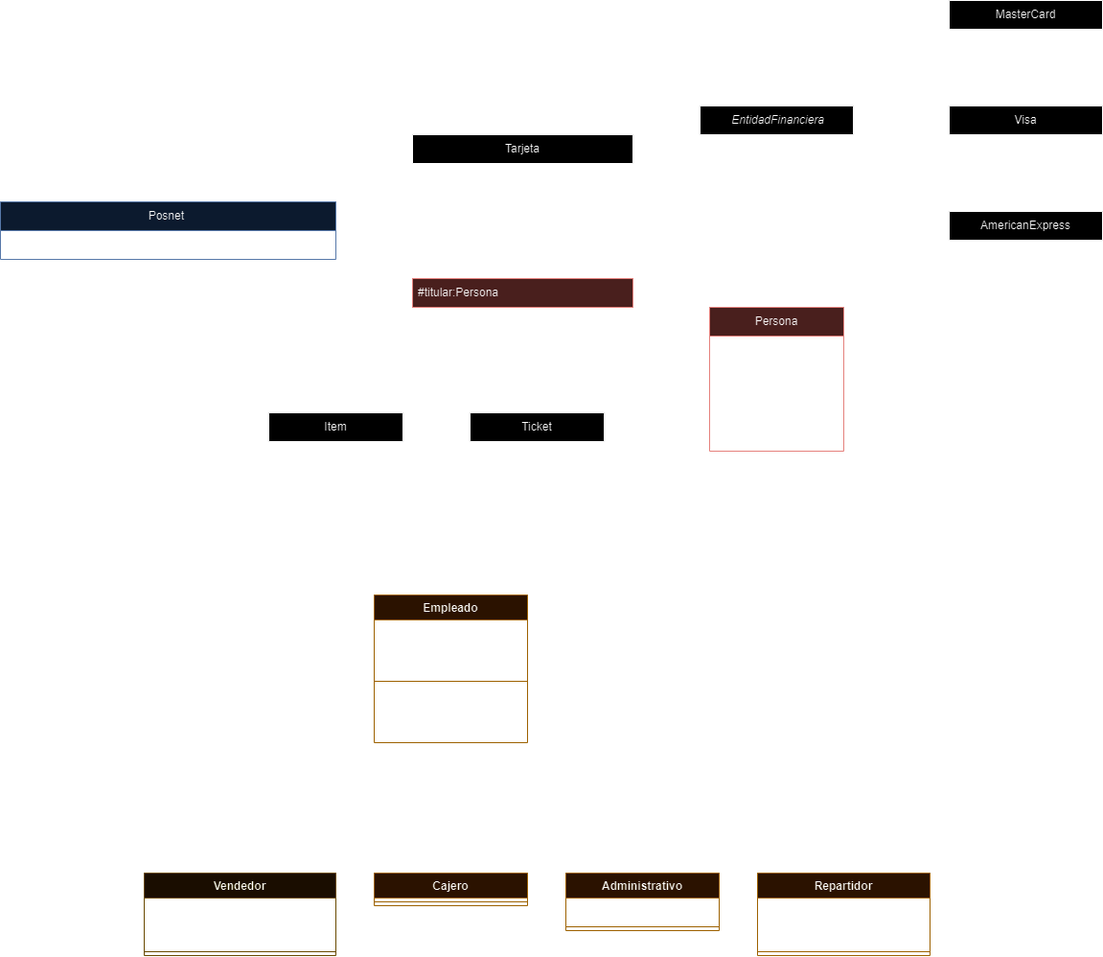
Before: ej8y9.png, a diagram exported from draw.io (santozzi/tp2prograIII). Source tidied: cells renumbered, new cells last; positions are measured from the earlier drawing's top-left corner, leaving out a move shared by most shapes.
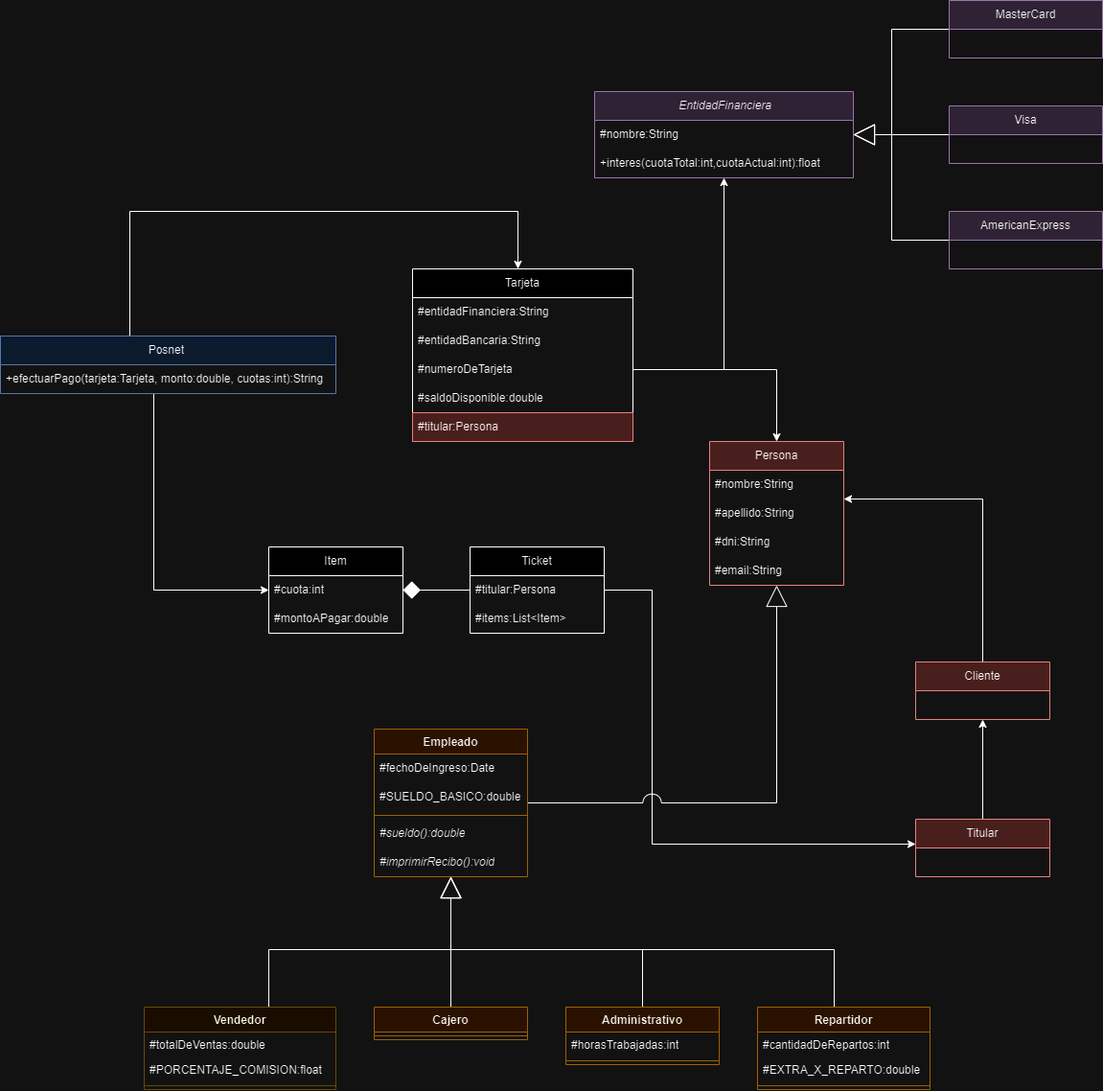
Later version of the same file.

Commit message:
modifico titular y deagrama de clases

Change to the diagram source:
```diff
@@ -12,3 +12,3 @@
     </mxCell>
-    <mxCell id="3" style="edgeStyle=orthogonalEdgeStyle;rounded=0;jettySize=auto;html=1;" parent="1" edge="1" source="4" target="32">
+    <mxCell id="3" style="edgeStyle=orthogonalEdgeStyle;rounded=0;jettySize=auto;html=1;" parent="1" edge="1" source="4" target="33">
       <mxGeometry relative="1" as="geometry">
@@ -61,6 +61,7 @@
     </mxCell>
-    <mxCell id="18" style="edgeStyle=orthogonalEdgeStyle;rounded=0;jettySize=auto;html=1;" parent="1" edge="1" source="20" target="13">
+    <mxCell id="18" style="edgeStyle=orthogonalEdgeStyle;rounded=0;jettySize=auto;html=1;jumpStyle=arc;jumpSize=18;" parent="1" edge="1" source="20" target="63">
       <mxGeometry relative="1" as="geometry">
         <Array as="points">
-          <mxPoint x="560" y="395" />
+          <mxPoint x="680" y="475" />
+          <mxPoint x="680" y="740" />
         </Array>
@@ -68,3 +69,3 @@
     </mxCell>
-    <mxCell id="19" style="edgeStyle=orthogonalEdgeStyle;rounded=0;jettySize=auto;html=1;endArrow=diamond;endFill=1;endSize=16;" parent="1" edge="1" source="20" target="32">
+    <mxCell id="19" style="edgeStyle=orthogonalEdgeStyle;rounded=0;jettySize=auto;html=1;endArrow=diamond;endFill=1;endSize=16;" parent="1" edge="1" source="20" target="33">
       <mxGeometry relative="1" as="geometry" />
@@ -83,49 +84,49 @@
     </mxCell>
-    <mxCell id="24" value="&amp;nbsp;&lt;i&gt;EntidadFinanciera&lt;/i&gt;" style="swimlane;fontStyle=0;horizontal=1;startSize=30;whiteSpace=wrap;html=1;" parent="1" vertex="1">
-      <mxGeometry x="730" y="110" width="160" height="60" as="geometry" />
+    <mxCell id="24" value="&amp;nbsp;&lt;i&gt;EntidadFinanciera&lt;/i&gt;" style="swimlane;fontStyle=0;horizontal=1;startSize=30;whiteSpace=wrap;html=1;fillColor=#e1d5e7;strokeColor=#9673a6;" parent="1" vertex="1">
+      <mxGeometry x="620" y="-45" width="270" height="90" as="geometry" />
     </mxCell>
     <mxCell id="25" value="#nombre:String" style="text;strokeColor=none;fillColor=none;align=left;verticalAlign=middle;spacingLeft=4;spacingRight=4;overflow=hidden;whiteSpace=wrap;html=1;" parent="24" vertex="1">
-      <mxGeometry y="30" width="160" height="30" as="geometry" />
+      <mxGeometry y="30" width="270" height="30" as="geometry" />
     </mxCell>
-    <mxCell id="26" style="edgeStyle=orthogonalEdgeStyle;rounded=0;jettySize=auto;html=1;endSize=20;endArrow=block;endFill=0;" parent="1" edge="1" source="27" target="24">
-      <mxGeometry relative="1" as="geometry" />
+    <mxCell id="26" value="+interes(cuotaTotal:int,cuotaActual:int):float" style="text;strokeColor=none;fillColor=none;align=left;verticalAlign=middle;spacingLeft=4;spacingRight=4;overflow=hidden;whiteSpace=wrap;html=1;" parent="24" vertex="1">
+      <mxGeometry y="60" width="270" height="30" as="geometry" />
     </mxCell>
-    <mxCell id="27" value="Visa" style="swimlane;fontStyle=0;horizontal=1;startSize=30;whiteSpace=wrap;html=1;" parent="1" vertex="1">
-      <mxGeometry x="990" y="110" width="160" height="60" as="geometry" />
+    <mxCell id="27" style="edgeStyle=orthogonalEdgeStyle;rounded=0;jettySize=auto;html=1;endSize=20;endArrow=block;endFill=0;" parent="1" edge="1" source="28" target="24">
+      <mxGeometry relative="1" as="geometry" />
     </mxCell>
-    <mxCell id="28" style="edgeStyle=orthogonalEdgeStyle;rounded=0;jettySize=auto;html=1;endSize=20;endArrow=block;endFill=0;" parent="1" edge="1" source="29" target="24">
-      <mxGeometry relative="1" as="geometry">
-        <Array as="points">
-          <mxPoint x="930" y="30" />
-          <mxPoint x="930" y="140" />
-        </Array>
-      </mxGeometry>
+    <mxCell id="28" value="Visa" style="swimlane;fontStyle=0;horizontal=1;startSize=30;whiteSpace=wrap;html=1;fillColor=#e1d5e7;strokeColor=#9673a6;" parent="1" vertex="1">
+      <mxGeometry x="990" y="-30" width="160" height="60" as="geometry" />
     </mxCell>
-    <mxCell id="29" value="MasterCard" style="swimlane;fontStyle=0;horizontal=1;startSize=30;whiteSpace=wrap;html=1;" parent="1" vertex="1">
-      <mxGeometry x="990" width="160" height="60" as="geometry" />
+    <mxCell id="29" style="edgeStyle=orthogonalEdgeStyle;rounded=0;jettySize=auto;html=1;endSize=20;endArrow=block;endFill=0;" parent="1" edge="1" source="30" target="24">
+      <mxGeometry relative="1" as="geometry">
+        <Array as="points">
+          <mxPoint x="930" y="-110" />
+          <mxPoint x="930" />
+        </Array>
+      </mxGeometry>
     </mxCell>
-    <mxCell id="30" style="edgeStyle=orthogonalEdgeStyle;rounded=0;jettySize=auto;html=1;endSize=20;endArrow=block;endFill=0;" parent="1" edge="1" source="31" target="24">
-      <mxGeometry relative="1" as="geometry">
-        <Array as="points">
-          <mxPoint x="930" y="250" />
-          <mxPoint x="930" y="140" />
-        </Array>
-      </mxGeometry>
+    <mxCell id="30" value="MasterCard" style="swimlane;fontStyle=0;horizontal=1;startSize=30;whiteSpace=wrap;html=1;fillColor=#e1d5e7;strokeColor=#9673a6;" parent="1" vertex="1">
+      <mxGeometry x="990" y="-140" width="160" height="60" as="geometry" />
     </mxCell>
-    <mxCell id="31" value="AmericanExpress" style="swimlane;fontStyle=0;horizontal=1;startSize=30;whiteSpace=wrap;html=1;" parent="1" vertex="1">
-      <mxGeometry x="990" y="220" width="160" height="60" as="geometry" />
+    <mxCell id="31" style="edgeStyle=orthogonalEdgeStyle;rounded=0;jettySize=auto;html=1;endSize=20;endArrow=block;endFill=0;" parent="1" edge="1" source="32" target="24">
+      <mxGeometry relative="1" as="geometry">
+        <Array as="points">
+          <mxPoint x="930" y="110" />
+          <mxPoint x="930" />
+        </Array>
+      </mxGeometry>
     </mxCell>
-    <mxCell id="32" value="Item" style="swimlane;fontStyle=0;horizontal=1;startSize=30;whiteSpace=wrap;html=1;" parent="1" vertex="1">
-      <mxGeometry x="280" y="430" width="140" height="90" as="geometry" />
+    <mxCell id="32" value="AmericanExpress" style="swimlane;fontStyle=0;horizontal=1;startSize=30;whiteSpace=wrap;html=1;fillColor=#e1d5e7;strokeColor=#9673a6;" parent="1" vertex="1">
+      <mxGeometry x="990" y="80" width="160" height="60" as="geometry" />
     </mxCell>
-    <mxCell id="33" value="#cuota:int" style="text;strokeColor=none;fillColor=none;align=left;verticalAlign=middle;spacingLeft=4;spacingRight=4;overflow=hidden;points=[[0,0.5],[1,0.5]];portConstraint=eastwest;whiteSpace=wrap;html=1;" parent="32" vertex="1">
-      <mxGeometry y="30" width="140" height="30" as="geometry" />
+    <mxCell id="33" value="Item" style="swimlane;fontStyle=0;horizontal=1;startSize=30;whiteSpace=wrap;html=1;" parent="1" vertex="1">
+      <mxGeometry x="280" y="430" width="140" height="90" as="geometry" />
     </mxCell>
-    <mxCell id="34" value="#montoAPagar:double" style="text;strokeColor=none;fillColor=none;align=left;verticalAlign=middle;spacingLeft=4;spacingRight=4;overflow=hidden;whiteSpace=wrap;html=1;" parent="32" vertex="1">
-      <mxGeometry y="60" width="140" height="30" as="geometry" />
+    <mxCell id="34" value="#cuota:int" style="text;strokeColor=none;fillColor=none;align=left;verticalAlign=middle;spacingLeft=4;spacingRight=4;overflow=hidden;whiteSpace=wrap;html=1;" parent="33" vertex="1">
+      <mxGeometry y="30" width="140" height="30" as="geometry" />
     </mxCell>
-    <mxCell id="35" style="edgeStyle=orthogonalEdgeStyle;rounded=0;jettySize=auto;html=1;endArrow=block;endFill=0;endSize=20;" parent="1" edge="1" source="43" target="13">
-      <mxGeometry relative="1" as="geometry" />
+    <mxCell id="35" value="#montoAPagar:double" style="text;strokeColor=none;fillColor=none;align=left;verticalAlign=middle;spacingLeft=4;spacingRight=4;overflow=hidden;whiteSpace=wrap;html=1;" parent="33" vertex="1">
+      <mxGeometry y="60" width="140" height="30" as="geometry" />
     </mxCell>
-    <mxCell id="36" style="edgeStyle=orthogonalEdgeStyle;rounded=0;jettySize=auto;html=1;endSize=20;endArrow=block;endFill=0;" parent="1" edge="1" source="39" target="43">
+    <mxCell id="36" style="edgeStyle=orthogonalEdgeStyle;rounded=0;jettySize=auto;html=1;endSize=20;endArrow=block;endFill=0;" parent="1" edge="1" source="39" target="44">
       <mxGeometry relative="1" as="geometry">
@@ -137,6 +138,6 @@
     </mxCell>
-    <mxCell id="37" style="edgeStyle=orthogonalEdgeStyle;rounded=0;jettySize=auto;html=1;endSize=20;endArrow=block;endFill=0;" parent="1" edge="1" source="49" target="43">
+    <mxCell id="37" style="edgeStyle=orthogonalEdgeStyle;rounded=0;jettySize=auto;html=1;endSize=20;endArrow=block;endFill=0;" parent="1" edge="1" source="50" target="44">
       <mxGeometry relative="1" as="geometry" />
     </mxCell>
-    <mxCell id="38" style="edgeStyle=orthogonalEdgeStyle;rounded=0;jettySize=auto;html=1;endArrow=block;endFill=0;endSize=20;" parent="1" edge="1" source="51" target="43">
+    <mxCell id="38" style="edgeStyle=orthogonalEdgeStyle;rounded=0;jettySize=auto;html=1;endArrow=block;endFill=0;endSize=20;" parent="1" edge="1" source="52" target="44">
       <mxGeometry relative="1" as="geometry">
@@ -160,55 +161,74 @@
     </mxCell>
-    <mxCell id="43" value="Empleado" style="swimlane;fontStyle=1;align=center;verticalAlign=top;horizontal=1;startSize=26;whiteSpace=wrap;html=1;fillColor=#ffe6cc;strokeColor=#d79b00;" parent="1" vertex="1">
-      <mxGeometry x="390" y="620" width="160" height="154" as="geometry" />
+    <mxCell id="43" style="edgeStyle=orthogonalEdgeStyle;rounded=0;jettySize=auto;html=1;strokeColor=default;align=center;verticalAlign=middle;fontFamily=Helvetica;fontSize=11;fontColor=default;labelBackgroundColor=default;endArrow=block;endFill=0;endSize=20;jumpStyle=arc;jumpSize=19;" parent="1" edge="1" source="44" target="13">
+      <mxGeometry relative="1" as="geometry" />
     </mxCell>
-    <mxCell id="44" value="#fechoDeIngreso:Date" style="text;strokeColor=none;fillColor=none;align=left;verticalAlign=middle;spacingLeft=4;spacingRight=4;overflow=hidden;points=[[0,0.5],[1,0.5]];portConstraint=eastwest;whiteSpace=wrap;html=1;" parent="43" vertex="1">
-      <mxGeometry y="26" width="160" height="30" as="geometry" />
+    <mxCell id="44" value="Empleado" style="swimlane;fontStyle=1;align=center;verticalAlign=top;horizontal=1;startSize=26;whiteSpace=wrap;html=1;fillColor=#ffe6cc;strokeColor=#d79b00;" parent="1" vertex="1">
+      <mxGeometry x="390" y="620" width="160" height="154" as="geometry" />
     </mxCell>
-    <mxCell id="45" value="#SUELDO_BASICO:double" style="text;strokeColor=none;fillColor=none;align=left;verticalAlign=middle;spacingLeft=4;spacingRight=4;overflow=hidden;whiteSpace=wrap;html=1;" parent="43" vertex="1">
-      <mxGeometry y="56" width="160" height="30" as="geometry" />
+    <mxCell id="45" value="#fechoDeIngreso:Date" style="text;strokeColor=none;fillColor=none;align=left;verticalAlign=middle;spacingLeft=4;spacingRight=4;overflow=hidden;whiteSpace=wrap;html=1;" parent="44" vertex="1">
+      <mxGeometry y="26" width="160" height="30" as="geometry" />
     </mxCell>
-    <mxCell id="46" style="line;strokeWidth=1;fillColor=none;align=left;verticalAlign=middle;spacingTop=-1;spacingLeft=3;spacingRight=3;labelPosition=right;strokeColor=inherit;" parent="43" vertex="1">
-      <mxGeometry y="86" width="160" height="8" as="geometry" />
+    <mxCell id="46" value="#SUELDO_BASICO:double" style="text;strokeColor=none;fillColor=none;align=left;verticalAlign=middle;spacingLeft=4;spacingRight=4;overflow=hidden;whiteSpace=wrap;html=1;" parent="44" vertex="1">
+      <mxGeometry y="56" width="160" height="30" as="geometry" />
     </mxCell>
-    <mxCell id="47" value="#sueldo():double" style="text;strokeColor=none;fillColor=none;align=left;verticalAlign=middle;spacingLeft=4;spacingRight=4;overflow=hidden;whiteSpace=wrap;html=1;fontStyle=2;" parent="43" vertex="1">
-      <mxGeometry y="94" width="160" height="30" as="geometry" />
+    <mxCell id="47" style="line;strokeWidth=1;fillColor=none;align=left;verticalAlign=middle;spacingTop=-1;spacingLeft=3;spacingRight=3;labelPosition=right;strokeColor=inherit;" parent="44" vertex="1">
+      <mxGeometry y="86" width="160" height="8" as="geometry" />
     </mxCell>
-    <mxCell id="48" value="#imprimirRecibo():void" style="text;strokeColor=none;fillColor=none;align=left;verticalAlign=middle;spacingLeft=4;spacingRight=4;overflow=hidden;whiteSpace=wrap;html=1;fontStyle=2;" parent="43" vertex="1">
-      <mxGeometry y="124" width="160" height="30" as="geometry" />
+    <mxCell id="48" value="#sueldo():double" style="text;strokeColor=none;fillColor=none;align=left;verticalAlign=middle;spacingLeft=4;spacingRight=4;overflow=hidden;whiteSpace=wrap;html=1;fontStyle=2;" parent="44" vertex="1">
+      <mxGeometry y="94" width="160" height="30" as="geometry" />
     </mxCell>
-    <mxCell id="49" value="Cajero" style="swimlane;fontStyle=1;align=center;verticalAlign=top;horizontal=1;startSize=26;whiteSpace=wrap;html=1;fillColor=#ffe6cc;strokeColor=#d79b00;" parent="1" vertex="1">
-      <mxGeometry x="390" y="910" width="160" height="34" as="geometry" />
+    <mxCell id="49" value="#imprimirRecibo():void" style="text;strokeColor=none;fillColor=none;align=left;verticalAlign=middle;spacingLeft=4;spacingRight=4;overflow=hidden;points=[[0,0.5],[1,0.5]];portConstraint=eastwest;whiteSpace=wrap;html=1;fontStyle=2;" parent="44" vertex="1">
+      <mxGeometry y="124" width="160" height="30" as="geometry" />
     </mxCell>
-    <mxCell id="50" style="line;strokeWidth=1;fillColor=none;align=left;verticalAlign=middle;spacingTop=-1;spacingLeft=3;spacingRight=3;labelPosition=right;points=[];portConstraint=eastwest;strokeColor=inherit;" parent="49" vertex="1">
-      <mxGeometry y="26" width="160" height="8" as="geometry" />
+    <mxCell id="50" value="Cajero" style="swimlane;fontStyle=1;align=center;verticalAlign=top;horizontal=1;startSize=26;whiteSpace=wrap;html=1;fillColor=#ffe6cc;strokeColor=#d79b00;" parent="1" vertex="1">
+      <mxGeometry x="390" y="910" width="160" height="34" as="geometry" />
     </mxCell>
-    <mxCell id="51" value="Administrativo" style="swimlane;fontStyle=1;align=center;verticalAlign=top;horizontal=1;startSize=26;whiteSpace=wrap;html=1;fillColor=#ffe6cc;strokeColor=#d79b00;" parent="1" vertex="1">
-      <mxGeometry x="590" y="910" width="160" height="60" as="geometry" />
+    <mxCell id="51" style="line;strokeWidth=1;fillColor=none;align=left;verticalAlign=middle;spacingTop=-1;spacingLeft=3;spacingRight=3;labelPosition=right;points=[];portConstraint=eastwest;strokeColor=inherit;" parent="50" vertex="1">
+      <mxGeometry y="26" width="160" height="8" as="geometry" />
     </mxCell>
-    <mxCell id="52" value="#horasTrabajadas:int" style="text;strokeColor=none;fillColor=none;align=left;verticalAlign=top;spacingLeft=4;spacingRight=4;overflow=hidden;points=[[0,0.5],[1,0.5]];portConstraint=eastwest;whiteSpace=wrap;html=1;" parent="51" vertex="1">
-      <mxGeometry y="26" width="160" height="26" as="geometry" />
+    <mxCell id="52" value="Administrativo" style="swimlane;fontStyle=1;align=center;verticalAlign=top;horizontal=1;startSize=26;whiteSpace=wrap;html=1;fillColor=#ffe6cc;strokeColor=#d79b00;" parent="1" vertex="1">
+      <mxGeometry x="590" y="910" width="160" height="60" as="geometry" />
     </mxCell>
-    <mxCell id="53" style="line;strokeWidth=1;fillColor=none;align=left;verticalAlign=middle;spacingTop=-1;spacingLeft=3;spacingRight=3;labelPosition=right;strokeColor=inherit;" parent="51" vertex="1">
-      <mxGeometry y="52" width="160" height="8" as="geometry" />
+    <mxCell id="53" value="#horasTrabajadas:int" style="text;strokeColor=none;fillColor=none;align=left;verticalAlign=top;spacingLeft=4;spacingRight=4;overflow=hidden;whiteSpace=wrap;html=1;" parent="52" vertex="1">
+      <mxGeometry y="26" width="160" height="26" as="geometry" />
     </mxCell>
-    <mxCell id="54" style="edgeStyle=orthogonalEdgeStyle;rounded=0;jettySize=auto;html=1;endSize=20;endArrow=block;endFill=0;" parent="1" edge="1" source="55" target="43">
-      <mxGeometry relative="1" as="geometry">
-        <Array as="points">
-          <mxPoint x="870" y="850" />
-          <mxPoint x="470" y="850" />
-        </Array>
-      </mxGeometry>
+    <mxCell id="54" style="line;strokeWidth=1;fillColor=none;align=left;verticalAlign=middle;spacingTop=-1;spacingLeft=3;spacingRight=3;labelPosition=right;strokeColor=inherit;" parent="52" vertex="1">
+      <mxGeometry y="52" width="160" height="8" as="geometry" />
     </mxCell>
-    <mxCell id="55" value="Repartidor" style="swimlane;fontStyle=1;align=center;verticalAlign=top;horizontal=1;startSize=26;whiteSpace=wrap;html=1;fillColor=#ffe6cc;strokeColor=#d79b00;" parent="1" vertex="1">
-      <mxGeometry x="790" y="910" width="180" height="86" as="geometry" />
+    <mxCell id="55" style="edgeStyle=orthogonalEdgeStyle;rounded=0;jettySize=auto;html=1;endSize=20;endArrow=block;endFill=0;" parent="1" edge="1" source="56" target="44">
+      <mxGeometry relative="1" as="geometry">
+        <Array as="points">
+          <mxPoint x="870" y="850" />
+          <mxPoint x="470" y="850" />
+        </Array>
+      </mxGeometry>
     </mxCell>
-    <mxCell id="56" value="#cantidadDeRepartos:int" style="text;strokeColor=none;fillColor=none;align=left;verticalAlign=top;spacingLeft=4;spacingRight=4;overflow=hidden;points=[[0,0.5],[1,0.5]];portConstraint=eastwest;whiteSpace=wrap;html=1;" parent="55" vertex="1">
-      <mxGeometry y="26" width="180" height="26" as="geometry" />
+    <mxCell id="56" value="Repartidor" style="swimlane;fontStyle=1;align=center;verticalAlign=top;horizontal=1;startSize=26;whiteSpace=wrap;html=1;fillColor=#ffe6cc;strokeColor=#d79b00;" parent="1" vertex="1">
+      <mxGeometry x="790" y="910" width="180" height="86" as="geometry" />
     </mxCell>
-    <mxCell id="57" value="#EXTRA_X_REPARTO:double" style="text;strokeColor=none;fillColor=none;align=left;verticalAlign=top;spacingLeft=4;spacingRight=4;overflow=hidden;whiteSpace=wrap;html=1;" parent="55" vertex="1">
-      <mxGeometry y="52" width="180" height="26" as="geometry" />
+    <mxCell id="57" value="#cantidadDeRepartos:int" style="text;strokeColor=none;fillColor=none;align=left;verticalAlign=top;spacingLeft=4;spacingRight=4;overflow=hidden;whiteSpace=wrap;html=1;" parent="56" vertex="1">
+      <mxGeometry y="26" width="180" height="26" as="geometry" />
     </mxCell>
-    <mxCell id="58" style="line;strokeWidth=1;fillColor=none;align=left;verticalAlign=middle;spacingTop=-1;spacingLeft=3;spacingRight=3;labelPosition=right;strokeColor=inherit;" parent="55" vertex="1">
-      <mxGeometry y="78" width="180" height="8" as="geometry" />
+    <mxCell id="58" value="#EXTRA_X_REPARTO:double" style="text;strokeColor=none;fillColor=none;align=left;verticalAlign=top;spacingLeft=4;spacingRight=4;overflow=hidden;whiteSpace=wrap;html=1;" parent="56" vertex="1">
+      <mxGeometry y="52" width="180" height="26" as="geometry" />
     </mxCell>
+    <mxCell id="59" style="line;strokeWidth=1;fillColor=none;align=left;verticalAlign=middle;spacingTop=-1;spacingLeft=3;spacingRight=3;labelPosition=right;strokeColor=inherit;" parent="56" vertex="1">
+      <mxGeometry y="78" width="180" height="8" as="geometry" />
+    </mxCell>
+    <mxCell id="60" style="edgeStyle=orthogonalEdgeStyle;rounded=0;jettySize=auto;html=1;" parent="1" edge="1" source="61" target="13">
+      <mxGeometry relative="1" as="geometry">
+        <Array as="points">
+          <mxPoint x="1025" y="380" />
+        </Array>
+      </mxGeometry>
+    </mxCell>
+    <mxCell id="61" value="Cliente" style="swimlane;fontStyle=0;horizontal=1;startSize=30;whiteSpace=wrap;html=1;fillColor=#f8cecc;strokeColor=#b85450;" parent="1" vertex="1">
+      <mxGeometry x="955" y="550" width="140" height="60" as="geometry" />
+    </mxCell>
+    <mxCell id="62" style="edgeStyle=orthogonalEdgeStyle;rounded=0;jettySize=auto;html=1;" parent="1" edge="1" source="63" target="61">
+      <mxGeometry relative="1" as="geometry" />
+    </mxCell>
+    <mxCell id="63" value="Titular" style="swimlane;fontStyle=0;horizontal=1;startSize=30;whiteSpace=wrap;html=1;fillColor=#f8cecc;strokeColor=#b85450;" parent="1" vertex="1">
+      <mxGeometry x="955" y="714" width="140" height="60" as="geometry" />
+    </mxCell>
   </root>
```
